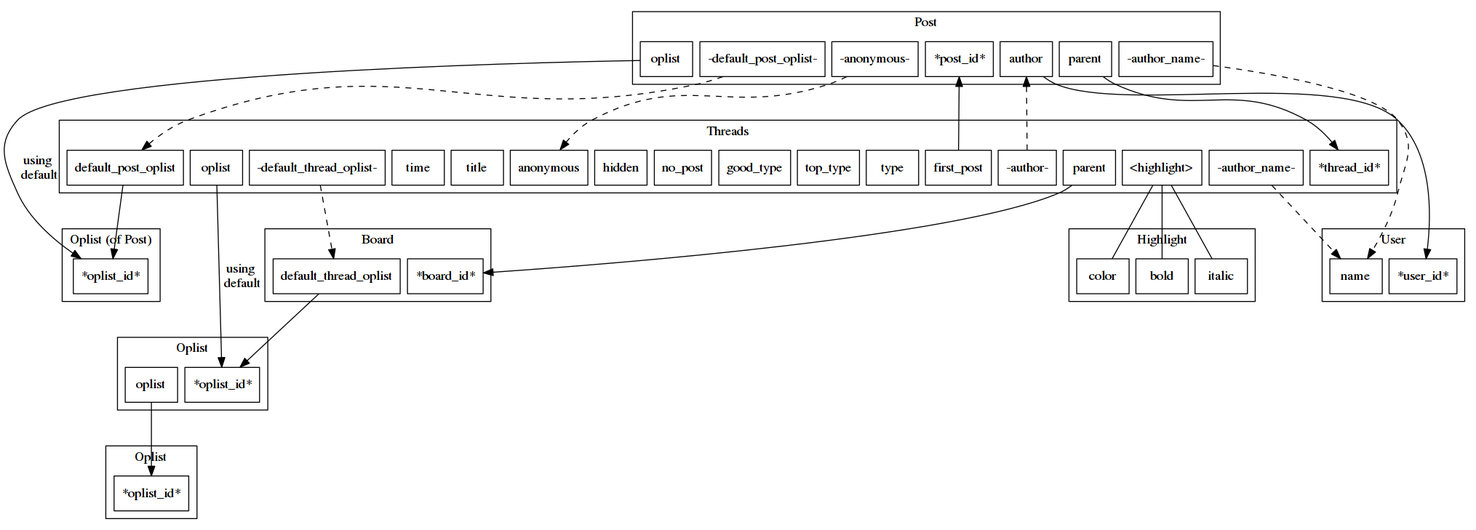
Earlier version of the Graphviz export pages/graph/erd/threads.png (cc98-frontend-development/API). Its source is kept beside it as pages/graph/erd/threads.dot.
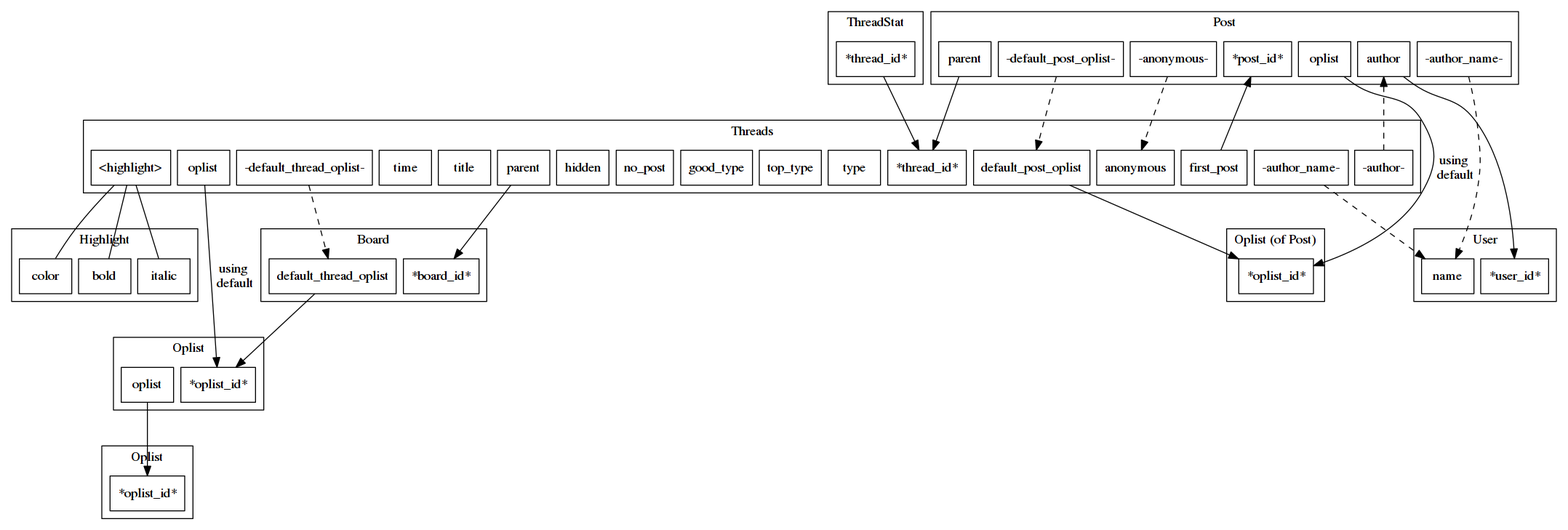
Later version of the same file.

Commit message:
resources_stats_threads: init

Change to the diagram source:
```diff
@@ -22,6 +22,11 @@
 		node_a_thread_highlight             [ label = "<highlight>" ];
 		node_a_thread_author                [ label = "-author-" ];
 		node_a_thread_author_name           [ label = "-author_name-" ];
+	}
+
+	subgraph cluster_thread_stat {
+		label = "ThreadStat";
+		node_a_thread_stat_thread_id [ label = "*thread_id*" ];
 	}
 
 	subgraph cluster_highlight {
@@ -93,4 +98,6 @@
 	node_a_post_author_name -> node_a_user_name     [ style = dashed ];
 
 	node_a_board_default_thread_oplist -> node_a_oplist_oplist_id;
+
+	node_a_thread_stat_thread_id -> node_a_thread_thread_id;
 }
```
